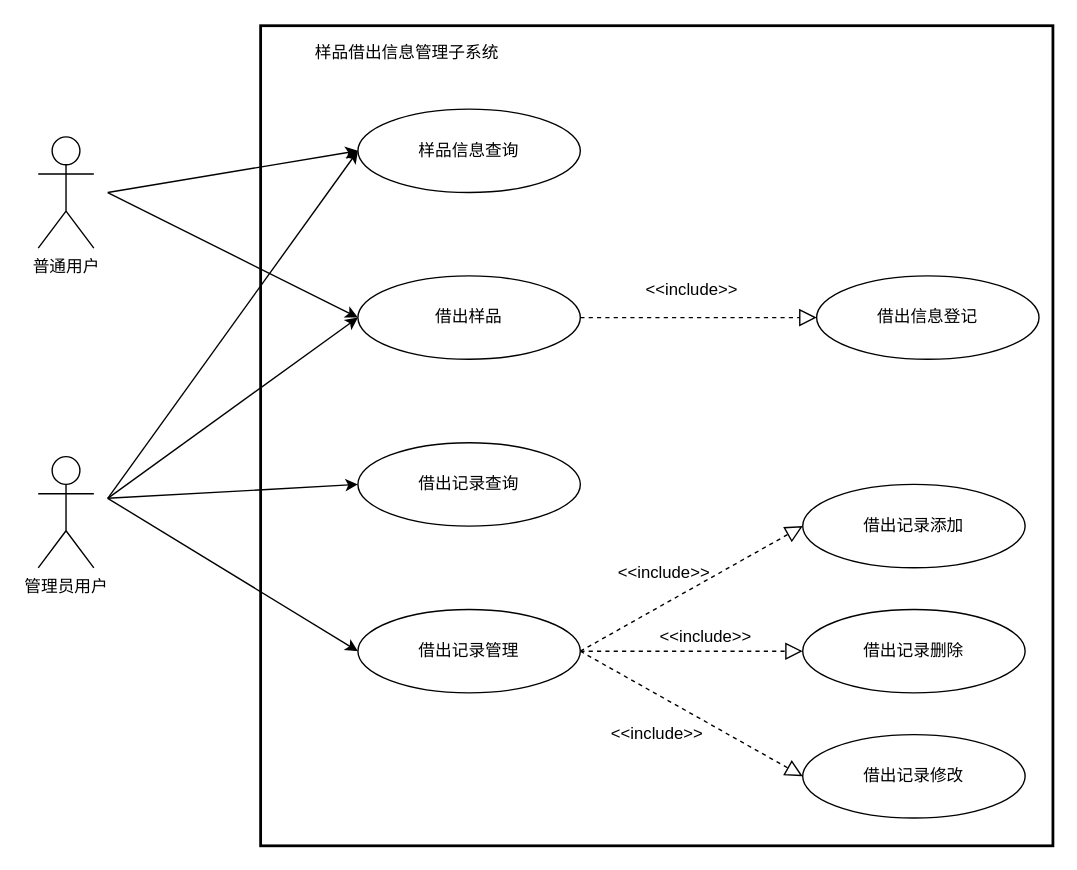
This is page "样品借出信息管理子系统" (13 of 18) of DT-1-0326.drawio from TeasusZt/DT-NEW, a draw.io file, before an edit. Source tidied: cells renumbered, new cells numbered last; positions are measured from the earlier drawing's top-left corner, leaving out a move shared by most shapes. Both pictures are drawn from the tidied source at 139%, with x=0, y=0 at pixel (38, 25).
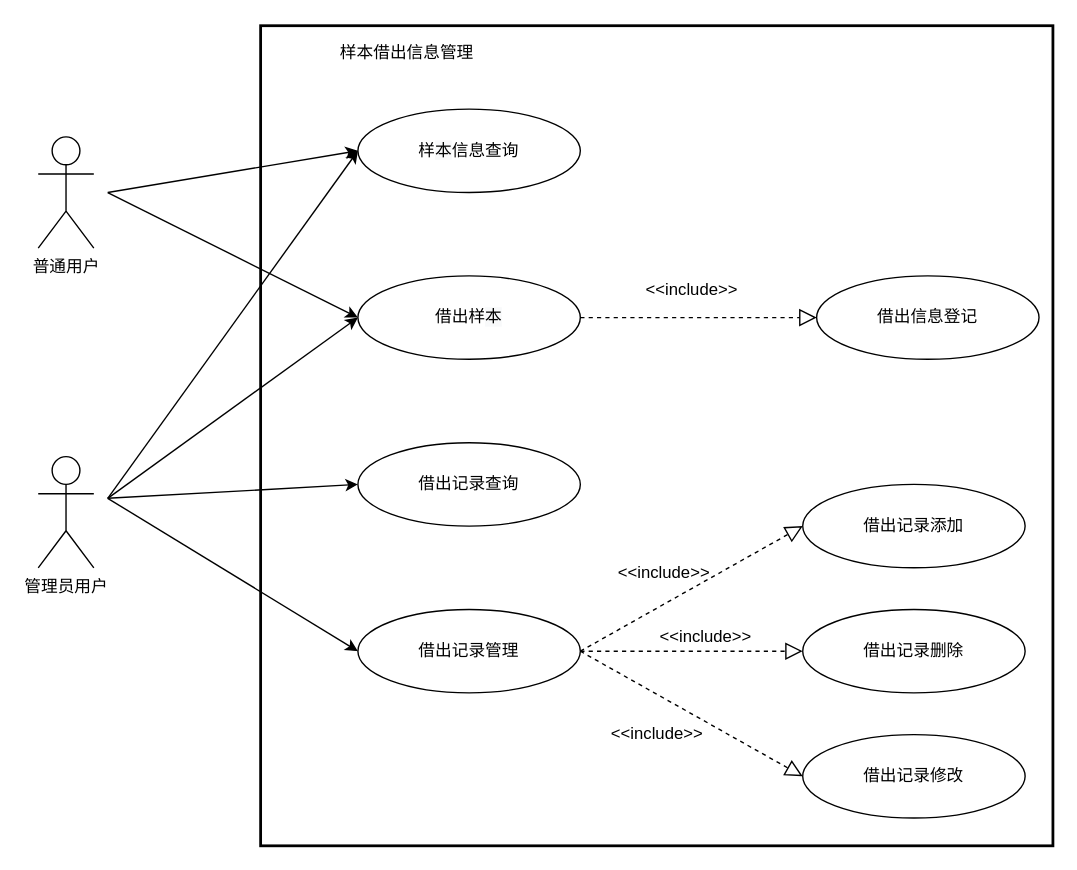
Above is the later version.

The edit, as a diff of the source:
```diff
@@
-    <mxCell id="7" value="样品信息查询" style="ellipse;whiteSpace=wrap;html=1;align=center;" parent="1" vertex="1">
+    <mxCell id="7" value="样&lt;span style=&quot;font: 12px / 1.2 &amp;#34;helvetica&amp;#34; ; text-align: center ; color: rgb(0 , 0 , 0) ; text-transform: none ; text-indent: 0px ; letter-spacing: normal ; text-decoration: none ; word-spacing: 0px ; display: inline ; float: none ; overflow-wrap: normal ; background-color: rgb(248 , 249 , 250)&quot;&gt;本&lt;/span&gt;信息查询" style="ellipse;whiteSpace=wrap;html=1;align=center;" parent="1" vertex="1">
       <mxGeometry x="230" y="60" width="160" height="60" as="geometry" />
     </mxCell>
@@
-    <mxCell id="10" value="借出样品" style="ellipse;whiteSpace=wrap;html=1;align=center;" parent="1" vertex="1">
+    <mxCell id="10" value="借出样&lt;span style=&quot;font: 12px / 1.2 &amp;#34;helvetica&amp;#34; ; text-align: center ; color: rgb(0 , 0 , 0) ; text-transform: none ; text-indent: 0px ; letter-spacing: normal ; text-decoration: none ; word-spacing: 0px ; display: inline ; float: none ; overflow-wrap: normal ; background-color: rgb(248 , 249 , 250)&quot;&gt;本&lt;/span&gt;" style="ellipse;whiteSpace=wrap;html=1;align=center;" parent="1" vertex="1">
       <mxGeometry x="230" y="180" width="160" height="60" as="geometry" />
     </mxCell>
@@
-    <mxCell id="23" value="样品借出信息管理子系统" style="text;html=1;align=center;verticalAlign=middle;" parent="1" vertex="1">
-      <mxGeometry x="190" y="10" width="150" height="20" as="geometry" />
+    <mxCell id="23" value="样本借出信息管理" style="text;html=1;align=center;verticalAlign=middle;" parent="1" vertex="1">
+      <mxGeometry x="210" y="10" width="110" height="20" as="geometry" />
     </mxCell>
```
